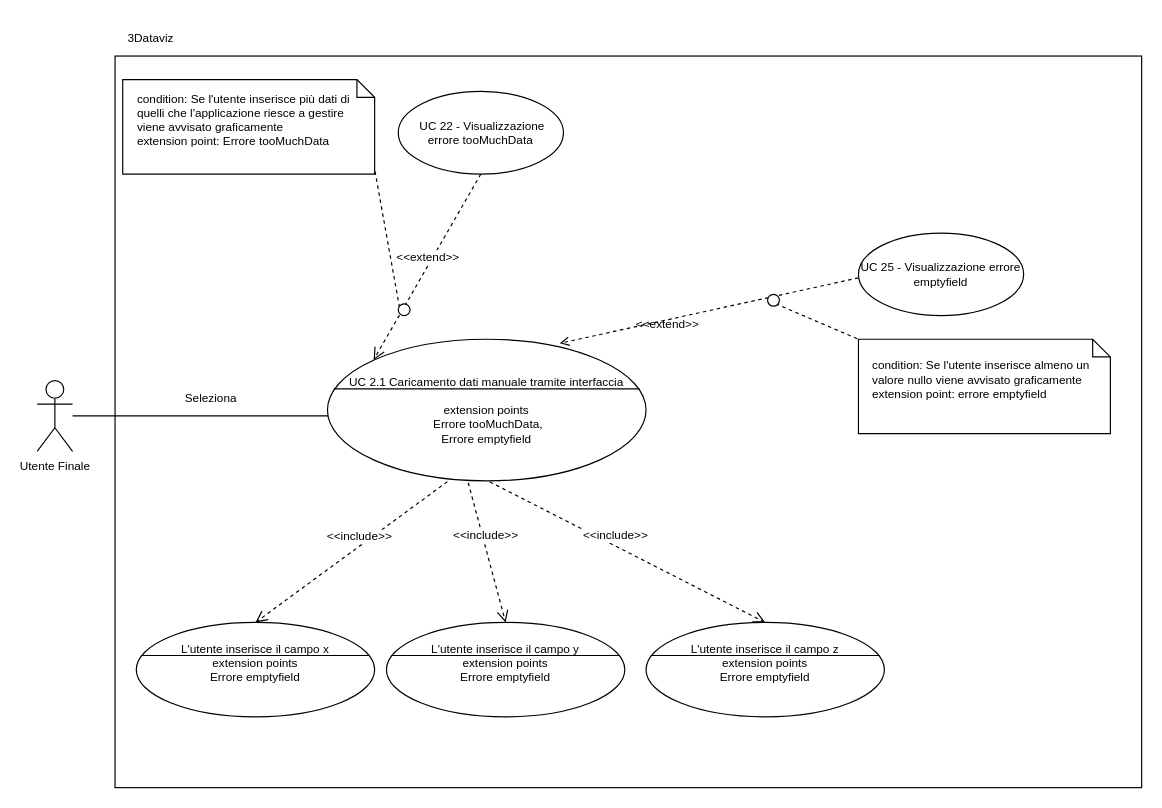
The draw.io diagram page "UC 2.1" (3 of 40) of img/adr/UC.drawio in Archi7echs-Team/archi7echs-team.github.io, before the edit. Source tidied: cells renumbered, new cells numbered last; positions are measured from the earlier drawing's top-left corner, leaving out a move shared by most shapes. Both pictures are drawn from the tidied source at 118%, with x=0, y=0 at pixel (37, 20).
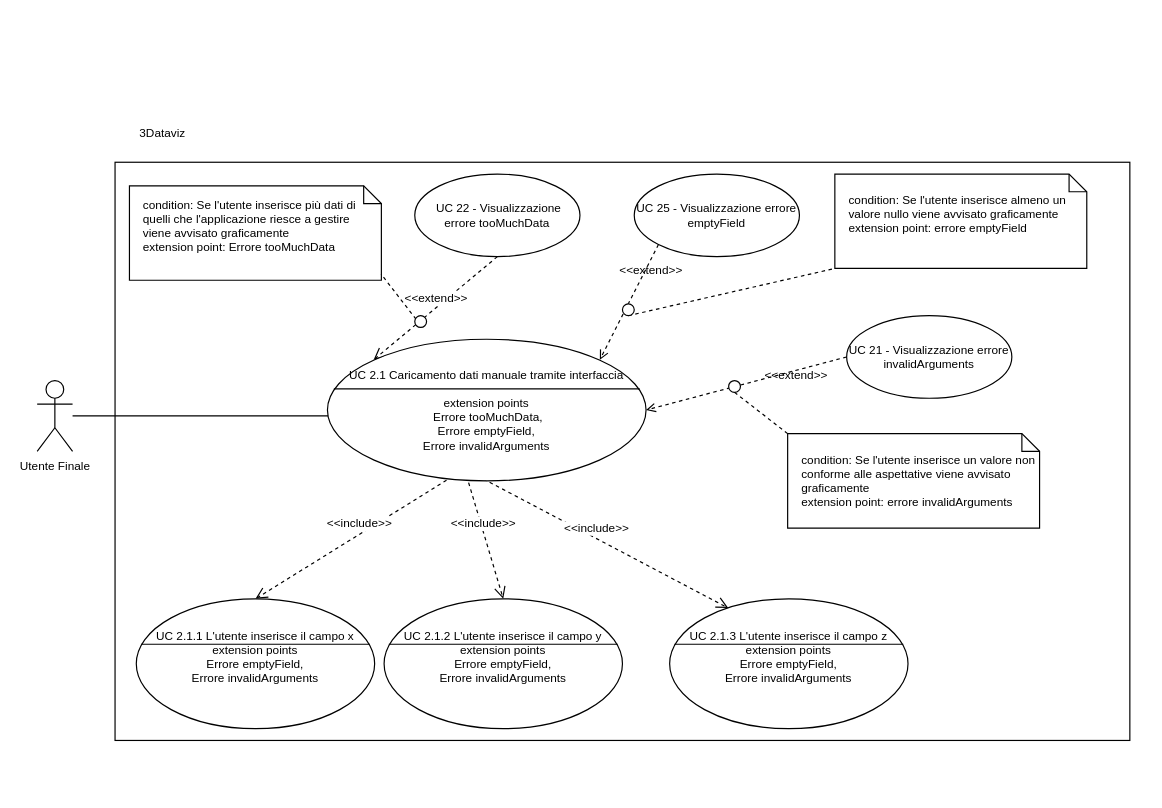
The same diagram, later.

Change to the diagram source:
```diff
@@
     <mxCell id="2" style="rounded=0;whiteSpace=wrap;html=1;fontSize=10;" parent="1" vertex="1">
-      <mxGeometry x="66" y="30" width="870" height="620" as="geometry" />
+      <mxGeometry x="66" y="120" width="860" height="490" as="geometry" />
     </mxCell>
     <mxCell id="3" value="3Dataviz" style="text;html=1;align=center;verticalAlign=middle;strokeColor=none;fillColor=none;fontSize=10;" parent="1" vertex="1">
-      <mxGeometry x="66" width="60" height="30" as="geometry" />
+      <mxGeometry x="76" y="80" width="60" height="30" as="geometry" />
     </mxCell>
@@
-    <mxCell id="5" value="&amp;lt;&amp;lt;include&amp;gt;&amp;gt;" style="html=1;verticalAlign=bottom;endArrow=open;dashed=1;endSize=8;curved=0;rounded=0;exitX=0.5;exitY=1;exitDx=0;exitDy=0;entryX=0.5;entryY=0;entryDx=0;entryDy=0;fontSize=10;entryPerimeter=0;" parent="1" edge="1" target="22">
+    <mxCell id="5" value="&amp;lt;&amp;lt;include&amp;gt;&amp;gt;" style="html=1;verticalAlign=bottom;endArrow=open;dashed=1;endSize=8;curved=0;rounded=0;exitX=0.5;exitY=1;exitDx=0;exitDy=0;entryX=0.5;entryY=0;entryDx=0;entryDy=0;fontSize=10;entryPerimeter=0;" parent="1" edge="1" target="33">
       <mxGeometry relative="1" as="geometry">
         <mxPoint x="362.2" y="380" as="sourcePoint" />
       </mxGeometry>
     </mxCell>
-    <mxCell id="6" value="&amp;lt;&amp;lt;include&amp;gt;&amp;gt;" style="html=1;verticalAlign=bottom;endArrow=open;dashed=1;endSize=8;curved=0;rounded=0;exitX=0.5;exitY=1;exitDx=0;exitDy=0;entryX=0.5;entryY=0;entryDx=0;entryDy=0;fontSize=10;entryPerimeter=0;" parent="1" edge="1" target="26">
+    <mxCell id="6" value="&amp;lt;&amp;lt;include&amp;gt;&amp;gt;" style="html=1;verticalAlign=bottom;endArrow=open;dashed=1;endSize=8;curved=0;rounded=0;exitX=0.5;exitY=1;exitDx=0;exitDy=0;entryX=0.246;entryY=0.071;entryDx=0;entryDy=0;fontSize=10;entryPerimeter=0;" parent="1" edge="1" target="35">
       <mxGeometry relative="1" as="geometry">
         <mxPoint x="362.2" y="380" as="sourcePoint" />
       </mxGeometry>
     </mxCell>
@@
-    <mxCell id="9" value="Seleziona" style="text;html=1;align=center;verticalAlign=middle;strokeColor=none;fillColor=none;fontSize=10;" parent="1" vertex="1">
-      <mxGeometry x="112" y="305" width="70" height="30" as="geometry" />
-    </mxCell>
     <mxCell id="10" value="&amp;nbsp;UC 22 - Visualizzazione errore tooMuchData" style="ellipse;whiteSpace=wrap;html=1;fontSize=10;" parent="1" vertex="1">
-      <mxGeometry x="306" y="60" width="140" height="70" as="geometry" />
+      <mxGeometry x="320" y="130" width="140" height="70" as="geometry" />
     </mxCell>
     <mxCell id="11" value="&lt;font&gt;condition: Se l'utente inserisce più dati di quelli che l'applicazione riesce a gestire viene avvisato graficamente&lt;/font&gt;&lt;div&gt;&lt;font&gt;extension point: Errore tooMuchData&lt;br&gt;&lt;/font&gt;&lt;div&gt;&lt;br&gt;&lt;/div&gt;&lt;/div&gt;" style="shape=note;size=15;align=left;spacingLeft=10;html=1;whiteSpace=wrap;fontSize=10;" parent="1" vertex="1">
-      <mxGeometry x="72.5" y="50" width="213.5" height="80" as="geometry" />
+      <mxGeometry x="78.2" y="140" width="213.5" height="80" as="geometry" />
     </mxCell>
@@
-    <mxCell id="13" value="UC 2.1 Caricamento dati manuale tramite interfaccia&lt;br&gt;&lt;br&gt;&lt;div&gt;extension points&lt;br&gt;&lt;span&gt;&amp;nbsp;&lt;/span&gt;&amp;nbsp;Errore&amp;nbsp;tooMuchData,&amp;nbsp;&lt;div&gt;Errore emptyfield&lt;/div&gt;&lt;/div&gt;" style="html=1;shape=mxgraph.sysml.useCaseExtPt;whiteSpace=wrap;align=center;fontSize=10;" parent="1" vertex="1">
+    <mxCell id="13" value="UC 2.1 Caricamento dati manuale tramite interfaccia&lt;br&gt;&lt;br&gt;&lt;div&gt;extension points&lt;br&gt;&lt;span&gt;&amp;nbsp;&lt;/span&gt;&amp;nbsp;Errore&amp;nbsp;tooMuchData,&amp;nbsp;&lt;div&gt;Errore emptyField,&lt;/div&gt;&lt;/div&gt;&lt;div&gt;Errore invalidArguments&lt;br&gt;&lt;/div&gt;" style="html=1;shape=mxgraph.sysml.useCaseExtPt;whiteSpace=wrap;align=center;fontSize=10;" parent="1" vertex="1">
       <mxGeometry x="246" y="270" width="270" height="120" as="geometry" />
     </mxCell>
@@
     <mxCell id="16" style="ellipse;whiteSpace=wrap;html=1;fontSize=10;" parent="1" vertex="1">
-      <mxGeometry x="306" y="240" width="10" height="10" as="geometry" />
+      <mxGeometry x="320" y="250" width="10" height="10" as="geometry" />
     </mxCell>
-    <mxCell id="17" value="UC 25 - Visualizzazione errore emptyfield" style="ellipse;whiteSpace=wrap;html=1;fontSize=10;" parent="1" vertex="1">
-      <mxGeometry x="696" y="180" width="140" height="70" as="geometry" />
+    <mxCell id="17" value="UC 25 - Visualizzazione errore emptyField" style="ellipse;whiteSpace=wrap;html=1;fontSize=10;" parent="1" vertex="1">
+      <mxGeometry x="506" y="130" width="140" height="70" as="geometry" />
     </mxCell>
-    <mxCell id="18" value="&amp;lt;&amp;lt;extend&amp;gt;&amp;gt;" style="html=1;verticalAlign=bottom;labelBackgroundColor=none;endArrow=open;endFill=0;dashed=1;rounded=0;fontSize=10;entryX=0.729;entryY=0.029;entryDx=0;entryDy=0;entryPerimeter=0;" parent="1" edge="1" target="13">
-      <mxGeometry x="0.3" y="12" relative="1" as="geometry">
-        <mxPoint x="696" y="218" as="sourcePoint" />
-      </mxGeometry>
+    <mxCell id="18" value="&amp;lt;&amp;lt;extend&amp;gt;&amp;gt;" style="html=1;verticalAlign=bottom;labelBackgroundColor=none;endArrow=open;endFill=0;dashed=1;rounded=0;fontSize=10;entryX=0.855;entryY=0.145;entryDx=0;entryDy=0;entryPerimeter=0;exitX=0;exitY=1;exitDx=0;exitDy=0;" parent="1" edge="1" source="17" target="13">
+      <mxGeometry x="-0.45" y="8" relative="1" as="geometry" />
     </mxCell>
-    <mxCell id="19" value="&lt;font&gt;condition: Se l'utente inserisce almeno un valore nullo viene avvisato graficamente&lt;/font&gt;&lt;div&gt;&lt;font&gt;extension point: errore&amp;nbsp;&lt;span style=&quot;text-align: center;&quot;&gt;emptyfield&lt;/span&gt;&lt;br&gt;&lt;/font&gt;&lt;div&gt;&lt;br&gt;&lt;/div&gt;&lt;/div&gt;" style="shape=note;size=15;align=left;spacingLeft=10;html=1;whiteSpace=wrap;fontSize=10;" parent="1" vertex="1">
-      <mxGeometry x="696" y="270" width="213.5" height="80" as="geometry" />
+    <mxCell id="19" value="&lt;font&gt;condition: Se l'utente inserisce almeno un valore nullo viene avvisato graficamente&lt;/font&gt;&lt;div&gt;&lt;font&gt;extension point: errore&amp;nbsp;&lt;span style=&quot;text-align: center;&quot;&gt;emptyField&lt;/span&gt;&lt;br&gt;&lt;/font&gt;&lt;div&gt;&lt;br&gt;&lt;/div&gt;&lt;/div&gt;" style="shape=note;size=15;align=left;spacingLeft=10;html=1;whiteSpace=wrap;fontSize=10;" parent="1" vertex="1">
+      <mxGeometry x="676" y="130" width="213.5" height="80" as="geometry" />
     </mxCell>
-    <mxCell id="20" style="endArrow=none;dashed=1;html=1;rounded=0;fontSize=10;entryX=0;entryY=0;entryDx=0;entryDy=0;entryPerimeter=0;" parent="1" edge="1" target="19">
-      <mxGeometry relative="1" as="geometry">
-        <mxPoint x="626" y="240" as="sourcePoint" />
-      </mxGeometry>
+    <mxCell id="20" style="endArrow=none;dashed=1;html=1;rounded=0;fontSize=10;entryX=0;entryY=1;entryDx=0;entryDy=0;entryPerimeter=0;exitX=0.5;exitY=1;exitDx=0;exitDy=0;" parent="1" edge="1" source="21" target="19">
+      <mxGeometry relative="1" as="geometry" />
     </mxCell>
     <mxCell id="21" style="ellipse;whiteSpace=wrap;html=1;fontSize=10;" parent="1" vertex="1">
-      <mxGeometry x="619" y="232" width="10" height="10" as="geometry" />
+      <mxGeometry x="496" y="240" width="10" height="10" as="geometry" />
     </mxCell>
-    <mxCell id="22" value="L'utente inserisce il campo y&lt;div&gt;extension points&lt;div&gt;Errore emptyfield&lt;/div&gt;&lt;div&gt;&lt;br&gt;&lt;/div&gt;&lt;/div&gt;" style="html=1;shape=mxgraph.sysml.useCaseExtPt;whiteSpace=wrap;align=center;fontSize=10;" parent="1" vertex="1">
-      <mxGeometry x="296" y="510" width="202" height="80" as="geometry" />
-    </mxCell>
-    <mxCell id="23" style="html=1;verticalAlign=middle;align=center;labelBackgroundColor=none;fontStyle=1;fontSize=10;" parent="22" vertex="1">
-      <mxGeometry x="101" y="17" as="geometry" />
-    </mxCell>
-    <mxCell id="24" value="L'utente inserisce il campo x&lt;div&gt;extension points&lt;div&gt;Errore emptyfield&lt;/div&gt;&lt;div&gt;&lt;br&gt;&lt;/div&gt;&lt;/div&gt;" style="html=1;shape=mxgraph.sysml.useCaseExtPt;whiteSpace=wrap;align=center;fontSize=10;" parent="1" vertex="1">
-      <mxGeometry x="84" y="510" width="202" height="80" as="geometry" />
+    <mxCell id="24" value="UC 2.1.1 L'utente inserisce il campo x&lt;div&gt;extension points&lt;div&gt;Errore emptyField,&lt;/div&gt;&lt;div&gt;Errore invalidArguments&lt;br&gt;&lt;/div&gt;&lt;div&gt;&lt;br&gt;&lt;/div&gt;&lt;/div&gt;" style="html=1;shape=mxgraph.sysml.useCaseExtPt;whiteSpace=wrap;align=center;fontSize=10;" parent="1" vertex="1">
+      <mxGeometry x="84" y="490" width="202" height="110" as="geometry" />
     </mxCell>
     <mxCell id="25" style="html=1;verticalAlign=middle;align=center;labelBackgroundColor=none;fontStyle=1;fontSize=10;" parent="24" vertex="1">
-      <mxGeometry x="101" y="17" as="geometry" />
+      <mxGeometry x="101" y="23.4" as="geometry" />
     </mxCell>
-    <mxCell id="26" value="L'utente inserisce il campo z&lt;div&gt;extension points&lt;div&gt;Errore emptyfield&lt;/div&gt;&lt;div&gt;&lt;br&gt;&lt;/div&gt;&lt;/div&gt;" style="html=1;shape=mxgraph.sysml.useCaseExtPt;whiteSpace=wrap;align=center;fontSize=10;" parent="1" vertex="1">
-      <mxGeometry x="516" y="510" width="202" height="80" as="geometry" />
-    </mxCell>
-    <mxCell id="27" style="html=1;verticalAlign=middle;align=center;labelBackgroundColor=none;fontStyle=1;fontSize=10;" parent="26" vertex="1">
-      <mxGeometry x="101" y="17" as="geometry" />
+    <mxCell id="27" style="html=1;verticalAlign=middle;align=center;labelBackgroundColor=none;fontStyle=1;fontSize=10;" parent="1" vertex="1">
+      <mxGeometry x="617" y="527" as="geometry" />
     </mxCell>
+    <mxCell id="28" value="UC 21 - Visualizzazione errore invalidArguments" style="ellipse;whiteSpace=wrap;html=1;fontSize=10;" parent="1" vertex="1">
+      <mxGeometry x="686" y="250" width="140" height="70" as="geometry" />
+    </mxCell>
+    <mxCell id="29" value="&amp;lt;&amp;lt;extend&amp;gt;&amp;gt;" style="html=1;verticalAlign=bottom;labelBackgroundColor=none;endArrow=open;endFill=0;dashed=1;rounded=0;fontSize=10;entryX=1;entryY=0.5;entryDx=0;entryDy=0;entryPerimeter=0;exitX=0;exitY=0.5;exitDx=0;exitDy=0;" parent="1" edge="1" source="28" target="13">
+      <mxGeometry x="-0.45" y="12" relative="1" as="geometry" />
+    </mxCell>
+    <mxCell id="30" value="&lt;font&gt;condition: Se l'utente inserisce un valore non conforme alle aspettative viene avvisato graficamente&lt;/font&gt;&lt;div&gt;&lt;font&gt;extension point: errore&amp;nbsp;&lt;span style=&quot;text-align: center;&quot;&gt;invalidArguments&lt;/span&gt;&lt;br&gt;&lt;/font&gt;&lt;/div&gt;" style="shape=note;size=15;align=left;spacingLeft=10;html=1;whiteSpace=wrap;fontSize=10;" parent="1" vertex="1">
+      <mxGeometry x="636" y="350" width="213.5" height="80" as="geometry" />
+    </mxCell>
+    <mxCell id="31" style="ellipse;whiteSpace=wrap;html=1;fontSize=10;" parent="1" vertex="1">
+      <mxGeometry x="586" y="305" width="10" height="10" as="geometry" />
+    </mxCell>
+    <mxCell id="32" style="endArrow=none;dashed=1;html=1;rounded=0;fontSize=10;entryX=0;entryY=0;entryDx=0;entryDy=0;entryPerimeter=0;exitX=0.5;exitY=1;exitDx=0;exitDy=0;" parent="1" edge="1" source="31" target="30">
+      <mxGeometry relative="1" as="geometry" />
+    </mxCell>
+    <mxCell id="33" value="UC 2.1.2 L'utente inserisce il campo y&lt;div&gt;extension points&lt;div&gt;Errore emptyField,&lt;/div&gt;&lt;div&gt;Errore invalidArguments&lt;/div&gt;&lt;div&gt;&lt;br&gt;&lt;/div&gt;&lt;/div&gt;" style="html=1;shape=mxgraph.sysml.useCaseExtPt;whiteSpace=wrap;align=center;fontSize=10;" parent="1" vertex="1">
+      <mxGeometry x="294" y="490" width="202" height="110" as="geometry" />
+    </mxCell>
+    <mxCell id="34" style="html=1;verticalAlign=middle;align=center;labelBackgroundColor=none;fontStyle=1;fontSize=10;" parent="33" vertex="1">
+      <mxGeometry x="101" y="23.4" as="geometry" />
+    </mxCell>
+    <mxCell id="35" value="UC 2.1.3 L'utente inserisce il campo z&lt;br&gt;&lt;div&gt;extension points&lt;div&gt;Errore emptyField,&lt;/div&gt;&lt;div&gt;Errore invalidArguments&lt;/div&gt;&lt;div&gt;&lt;br&gt;&lt;/div&gt;&lt;/div&gt;" style="html=1;shape=mxgraph.sysml.useCaseExtPt;whiteSpace=wrap;align=center;fontSize=10;" parent="1" vertex="1">
+      <mxGeometry x="536" y="490" width="202" height="110" as="geometry" />
+    </mxCell>
+    <mxCell id="36" style="html=1;verticalAlign=middle;align=center;labelBackgroundColor=none;fontStyle=1;fontSize=10;" parent="35" vertex="1">
+      <mxGeometry x="101" y="23.4" as="geometry" />
+    </mxCell>
```
